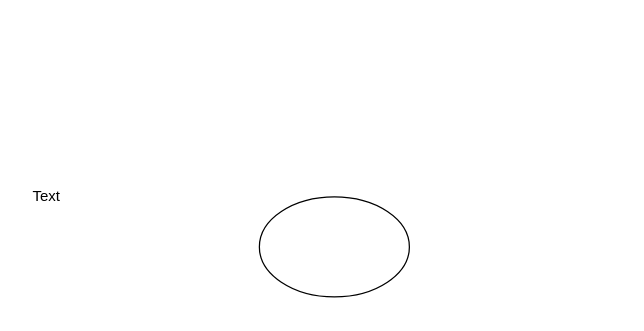
This is Untitled Diagram.drawio from mookeng49/Flowchart, a draw.io file, before an edit. Source tidied: cells renumbered, new cells numbered last; positions are measured from the earlier drawing's top-left corner, leaving out a move shared by most shapes. Both pictures are drawn from the tidied source at 125%, with x=0, y=0 at pixel (21, 184).
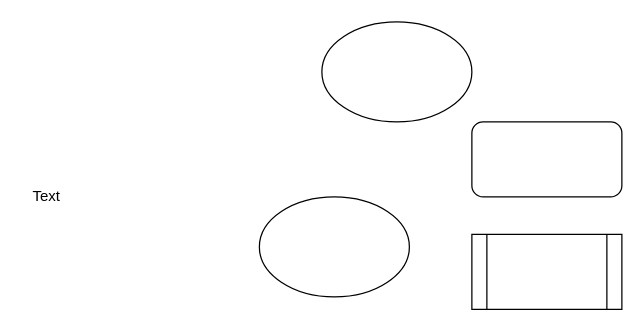
Above is the later version.

Diff of the diagram source:
```diff
@@
 <mxGraphModel>
   <root>
     <mxCell id="0" />
     <mxCell id="1" parent="0" />
     <mxCell id="2" style="ellipse;whiteSpace=wrap;html=1;" parent="1" vertex="1">
       <mxGeometry x="190" y="10" width="120" height="80" as="geometry" />
     </mxCell>
     <mxCell id="3" value="Text" style="text;html=1;strokeColor=none;fillColor=none;align=center;verticalAlign=middle;whiteSpace=wrap;rounded=0;" parent="1" vertex="1">
       <mxGeometry width="40" height="20" as="geometry" />
     </mxCell>
+    <mxCell id="4" style="rounded=1;whiteSpace=wrap;html=1;" parent="1" vertex="1">
+      <mxGeometry x="360" y="-50" width="120" height="60" as="geometry" />
+    </mxCell>
+    <mxCell id="5" style="ellipse;whiteSpace=wrap;html=1;" parent="1" vertex="1">
+      <mxGeometry x="240" y="-130" width="120" height="80" as="geometry" />
+    </mxCell>
+    <mxCell id="6" style="shape=process;whiteSpace=wrap;html=1;backgroundOutline=1;" parent="1" vertex="1">
+      <mxGeometry x="360" y="40" width="120" height="60" as="geometry" />
+    </mxCell>
   </root>
 </mxGraphModel>
```
